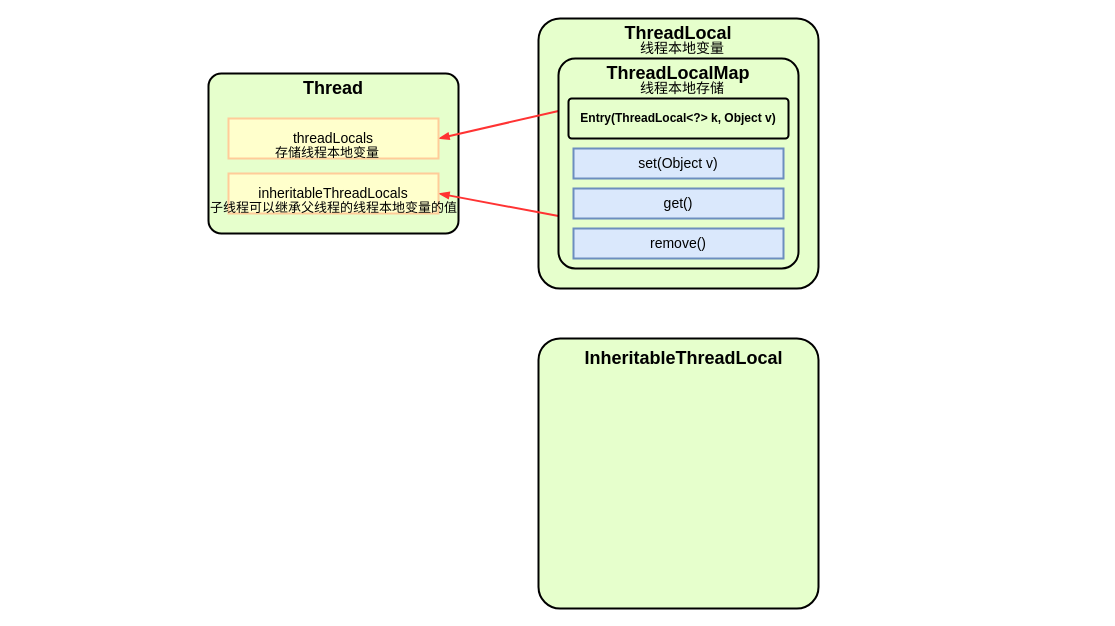
Before: page "ThreadLocalMap" (4 of 5) of draw_workspace/Thread.drawio in creatern/NoteBook, a draw.io diagram. Source tidied: cells renumbered, new cells numbered last; positions are measured from the earlier drawing's top-left corner, leaving out a move shared by most shapes. Both pictures are drawn from the tidied source at 100%, with x=0, y=0 at pixel (208, 18).
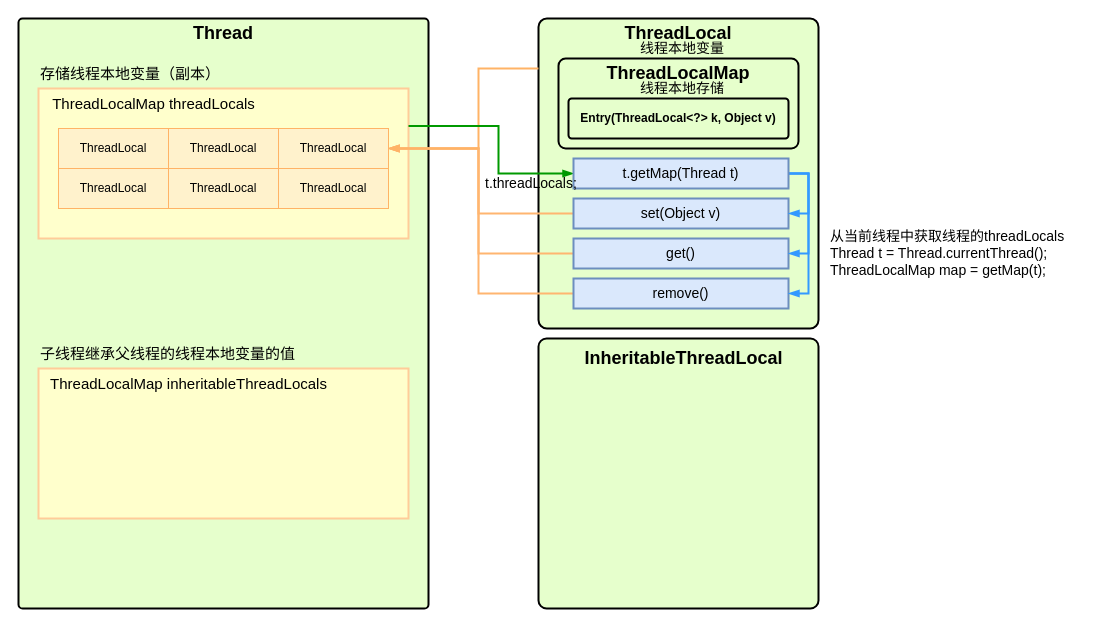
After the change.

Commit message (it also covers changes not shown here):
view-threadlocals

What changed in the source:
```diff
@@
-    <mxCell id="2" style="rounded=1;whiteSpace=wrap;html=1;strokeWidth=2;arcSize=8;fillColor=#E6FFCC;" parent="1" vertex="1">
-      <mxGeometry y="55" width="250" height="160" as="geometry" />
+    <mxCell id="2" style="rounded=1;whiteSpace=wrap;html=1;strokeWidth=2;arcSize=1;fillColor=#E6FFCC;" parent="1" vertex="1">
+      <mxGeometry x="-190" width="410" height="590" as="geometry" />
     </mxCell>
     <mxCell id="3" value="&lt;b style=&quot;font-size: 18px;&quot;&gt;&lt;font style=&quot;font-size: 18px;&quot;&gt;Thread&lt;/font&gt;&lt;/b&gt;" style="text;html=1;strokeColor=none;fillColor=none;align=center;verticalAlign=middle;whiteSpace=wrap;rounded=0;fontSize=18;" parent="1" vertex="1">
-      <mxGeometry x="95" y="55" width="60" height="30" as="geometry" />
+      <mxGeometry x="-15" width="60" height="30" as="geometry" />
     </mxCell>
-    <mxCell id="4" style="rounded=1;whiteSpace=wrap;html=1;strokeWidth=2;arcSize=8;fillColor=#E6FFCC;" parent="1" vertex="1">
-      <mxGeometry x="330" width="280" height="270" as="geometry" />
+    <mxCell id="4" style="rounded=1;whiteSpace=wrap;html=1;strokeWidth=2;arcSize=3;fillColor=#E6FFCC;" parent="1" vertex="1">
+      <mxGeometry x="330" width="280" height="310" as="geometry" />
     </mxCell>
@@
-    <mxCell id="6" style="rounded=0;jettySize=auto;html=1;exitX=0;exitY=0.25;exitDx=0;exitDy=0;entryX=1;entryY=0.5;entryDx=0;entryDy=0;strokeWidth=2;endArrow=blockThin;endFill=1;strokeColor=#FF3333;" parent="1" edge="1" source="8" target="10">
-      <mxGeometry relative="1" as="geometry" />
-    </mxCell>
-    <mxCell id="7" style="shape=connector;rounded=0;jettySize=auto;html=1;exitX=0;exitY=0.75;exitDx=0;exitDy=0;entryX=1;entryY=0.5;entryDx=0;entryDy=0;labelBackgroundColor=default;strokeColor=#FF3333;strokeWidth=2;fontFamily=Helvetica;fontSize=11;fontColor=default;endArrow=blockThin;endFill=1;" parent="1" edge="1" source="8" target="11">
-      <mxGeometry relative="1" as="geometry" />
-    </mxCell>
     <mxCell id="8" style="rounded=1;whiteSpace=wrap;html=1;strokeWidth=2;arcSize=8;fillColor=#E6FFCC;" parent="1" vertex="1">
-      <mxGeometry x="350" y="40" width="240" height="210" as="geometry" />
+      <mxGeometry x="350" y="40" width="240" height="90" as="geometry" />
     </mxCell>
@@
-    <mxCell id="10" value="threadLocals" style="rounded=0;whiteSpace=wrap;html=1;fillColor=#FFFFCC;strokeColor=#FFCC99;strokeWidth=2;fontSize=14;" parent="1" vertex="1">
-      <mxGeometry x="20" y="100" width="210" height="40" as="geometry" />
+    <mxCell id="10" style="rounded=0;whiteSpace=wrap;html=1;fillColor=#FFFFCC;strokeColor=#FFCC99;strokeWidth=2;fontSize=14;" parent="1" vertex="1">
+      <mxGeometry x="-170" y="70" width="370" height="150" as="geometry" />
     </mxCell>
-    <mxCell id="11" value="inheritableThreadLocals" style="rounded=0;whiteSpace=wrap;html=1;fillColor=#FFFFCC;strokeColor=#FFCC99;strokeWidth=2;fontSize=14;" parent="1" vertex="1">
-      <mxGeometry x="20" y="155" width="210" height="40" as="geometry" />
-    </mxCell>
@@
-    <mxCell id="15" value="子线程可以继承父线程的线程本地变量的值" style="text;whiteSpace=wrap;fontSize=13;fontFamily=Helvetica;fontColor=default;" parent="1" vertex="1">
-      <mxGeometry y="175" width="250" height="30" as="geometry" />
-    </mxCell>
-    <mxCell id="16" value="存储线程本地变量" style="text;whiteSpace=wrap;fontSize=13;fontFamily=Helvetica;fontColor=default;" parent="1" vertex="1">
-      <mxGeometry x="65" y="120" width="120" height="30" as="geometry" />
+    <mxCell id="16" value="存储线程本地变量（副本）" style="text;whiteSpace=wrap;fontSize=15;fontFamily=Helvetica;fontColor=default;" parent="1" vertex="1">
+      <mxGeometry x="-170" y="40" width="190" height="30" as="geometry" />
     </mxCell>
+    <mxCell id="22" style="edgeStyle=orthogonalEdgeStyle;shape=connector;rounded=0;jettySize=auto;html=1;exitX=0;exitY=0.5;exitDx=0;exitDy=0;entryX=1;entryY=0.5;entryDx=0;entryDy=0;labelBackgroundColor=default;strokeColor=#FFB570;strokeWidth=2;fontFamily=Helvetica;fontSize=11;fontColor=default;endArrow=blockThin;endFill=1;" parent="1" edge="1" source="17" target="31">
+      <mxGeometry relative="1" as="geometry">
+        <Array as="points">
+          <mxPoint x="270" y="195" />
+          <mxPoint x="270" y="130" />
+        </Array>
+      </mxGeometry>
+    </mxCell>
     <mxCell id="17" value="set(Object v)" style="rounded=0;whiteSpace=wrap;html=1;fillColor=#dae8fc;strokeColor=#6c8ebf;strokeWidth=2;fontSize=14;" parent="1" vertex="1">
-      <mxGeometry x="365" y="130" width="210" height="30" as="geometry" />
+      <mxGeometry x="365" y="180" width="215" height="30" as="geometry" />
     </mxCell>
+    <mxCell id="23" style="edgeStyle=orthogonalEdgeStyle;shape=connector;rounded=0;jettySize=auto;html=1;exitX=0;exitY=0.5;exitDx=0;exitDy=0;entryX=1;entryY=0.5;entryDx=0;entryDy=0;labelBackgroundColor=default;strokeColor=#FFB570;strokeWidth=2;fontFamily=Helvetica;fontSize=11;fontColor=default;endArrow=blockThin;endFill=1;" parent="1" edge="1" source="18" target="31">
+      <mxGeometry relative="1" as="geometry">
+        <Array as="points">
+          <mxPoint x="270" y="235" />
+          <mxPoint x="270" y="130" />
+        </Array>
+      </mxGeometry>
+    </mxCell>
     <mxCell id="18" value="get()" style="rounded=0;whiteSpace=wrap;html=1;fillColor=#dae8fc;strokeColor=#6c8ebf;strokeWidth=2;fontSize=14;" parent="1" vertex="1">
-      <mxGeometry x="365" y="170" width="210" height="30" as="geometry" />
+      <mxGeometry x="365" y="220" width="215" height="30" as="geometry" />
     </mxCell>
+    <mxCell id="24" style="edgeStyle=orthogonalEdgeStyle;shape=connector;rounded=0;jettySize=auto;html=1;exitX=0;exitY=0.5;exitDx=0;exitDy=0;entryX=1;entryY=0.5;entryDx=0;entryDy=0;labelBackgroundColor=default;strokeColor=#FFB570;strokeWidth=2;fontFamily=Helvetica;fontSize=11;fontColor=default;endArrow=blockThin;endFill=1;" parent="1" edge="1" source="19" target="31">
+      <mxGeometry relative="1" as="geometry">
+        <Array as="points">
+          <mxPoint x="270" y="275" />
+          <mxPoint x="270" y="130" />
+        </Array>
+      </mxGeometry>
+    </mxCell>
     <mxCell id="19" value="remove()" style="rounded=0;whiteSpace=wrap;html=1;fillColor=#dae8fc;strokeColor=#6c8ebf;strokeWidth=2;fontSize=14;" parent="1" vertex="1">
-      <mxGeometry x="365" y="210" width="210" height="30" as="geometry" />
+      <mxGeometry x="365" y="260" width="215" height="30" as="geometry" />
     </mxCell>
-    <mxCell id="20" style="rounded=1;whiteSpace=wrap;html=1;strokeWidth=2;arcSize=8;fillColor=#E6FFCC;" parent="1" vertex="1">
+    <mxCell id="20" style="rounded=1;whiteSpace=wrap;html=1;strokeWidth=2;arcSize=3;fillColor=#E6FFCC;" parent="1" vertex="1">
       <mxGeometry x="330" y="320" width="280" height="270" as="geometry" />
     </mxCell>
@@
+    <mxCell id="25" value="ThreadLocalMap threadLocals" style="text;html=1;align=center;verticalAlign=middle;strokeColor=none;fillColor=none;fontSize=15;" parent="1" vertex="1">
+      <mxGeometry x="-170" y="70" width="230" height="30" as="geometry" />
+    </mxCell>
+    <mxCell id="26" style="rounded=0;whiteSpace=wrap;html=1;fillColor=#FFFFCC;strokeColor=#FFCC99;strokeWidth=2;fontSize=14;" parent="1" vertex="1">
+      <mxGeometry x="-170" y="350" width="370" height="150" as="geometry" />
+    </mxCell>
+    <mxCell id="27" value="ThreadLocalMap inheritableThreadLocals" style="text;html=1;align=center;verticalAlign=middle;strokeColor=none;fillColor=none;fontSize=15;" parent="1" vertex="1">
+      <mxGeometry x="-170" y="350" width="300" height="30" as="geometry" />
+    </mxCell>
+    <mxCell id="15" value="子线程继承父线程的线程本地变量的值" style="text;whiteSpace=wrap;fontSize=15;fontFamily=Helvetica;fontColor=default;" parent="1" vertex="1">
+      <mxGeometry x="-170" y="320" width="260" height="30" as="geometry" />
+    </mxCell>
+    <mxCell id="28" value="ThreadLocal" style="rounded=0;whiteSpace=wrap;html=1;fillColor=#FFF2CC;strokeColor=#FFB366;" parent="1" vertex="1">
+      <mxGeometry x="-150" y="110" width="110" height="40" as="geometry" />
+    </mxCell>
+    <mxCell id="29" value="ThreadLocal" style="rounded=0;whiteSpace=wrap;html=1;fillColor=#FFF2CC;strokeColor=#FFB366;" parent="1" vertex="1">
+      <mxGeometry x="-40" y="110" width="110" height="40" as="geometry" />
+    </mxCell>
+    <mxCell id="30" style="edgeStyle=orthogonalEdgeStyle;shape=connector;rounded=0;jettySize=auto;html=1;exitX=1;exitY=0.5;exitDx=0;exitDy=0;labelBackgroundColor=default;strokeColor=#FFB366;strokeWidth=2;fontFamily=Helvetica;fontSize=11;fontColor=default;endArrow=none;endFill=0;startArrow=blockThin;startFill=1;" parent="1" edge="1" source="31">
+      <mxGeometry relative="1" as="geometry">
+        <mxPoint x="330" y="50" as="targetPoint" />
+        <Array as="points">
+          <mxPoint x="270" y="130" />
+          <mxPoint x="270" y="50" />
+        </Array>
+      </mxGeometry>
+    </mxCell>
+    <mxCell id="31" value="ThreadLocal" style="rounded=0;whiteSpace=wrap;html=1;fillColor=#FFF2CC;strokeColor=#FFB366;" parent="1" vertex="1">
+      <mxGeometry x="70" y="110" width="110" height="40" as="geometry" />
+    </mxCell>
+    <mxCell id="32" value="ThreadLocal" style="rounded=0;whiteSpace=wrap;html=1;fillColor=#FFF2CC;strokeColor=#FFB366;" parent="1" vertex="1">
+      <mxGeometry x="-150" y="150" width="110" height="40" as="geometry" />
+    </mxCell>
+    <mxCell id="33" value="ThreadLocal" style="rounded=0;whiteSpace=wrap;html=1;fillColor=#FFF2CC;strokeColor=#FFB366;" parent="1" vertex="1">
+      <mxGeometry x="-40" y="150" width="110" height="40" as="geometry" />
+    </mxCell>
+    <mxCell id="34" value="ThreadLocal" style="rounded=0;whiteSpace=wrap;html=1;fillColor=#FFF2CC;strokeColor=#FFB366;" parent="1" vertex="1">
+      <mxGeometry x="70" y="150" width="110" height="40" as="geometry" />
+    </mxCell>
+    <mxCell id="35" style="edgeStyle=orthogonalEdgeStyle;rounded=0;jettySize=auto;html=1;exitX=0;exitY=0.5;exitDx=0;exitDy=0;entryX=1;entryY=0.25;entryDx=0;entryDy=0;strokeWidth=2;endArrow=none;endFill=0;strokeColor=#009900;startArrow=blockThin;startFill=1;" parent="1" edge="1" source="39" target="10">
+      <mxGeometry relative="1" as="geometry">
+        <Array as="points">
+          <mxPoint x="290" y="155" />
+          <mxPoint x="290" y="108" />
+        </Array>
+      </mxGeometry>
+    </mxCell>
+    <mxCell id="36" style="edgeStyle=orthogonalEdgeStyle;shape=connector;rounded=0;jettySize=auto;html=1;exitX=1;exitY=0.5;exitDx=0;exitDy=0;entryX=1;entryY=0.5;entryDx=0;entryDy=0;labelBackgroundColor=default;strokeColor=#3399FF;strokeWidth=2;fontFamily=Helvetica;fontSize=11;fontColor=default;endArrow=blockThin;endFill=1;" parent="1" edge="1" source="39" target="17">
+      <mxGeometry relative="1" as="geometry" />
+    </mxCell>
+    <mxCell id="37" style="edgeStyle=orthogonalEdgeStyle;shape=connector;rounded=0;jettySize=auto;html=1;exitX=1;exitY=0.5;exitDx=0;exitDy=0;entryX=1;entryY=0.5;entryDx=0;entryDy=0;labelBackgroundColor=default;strokeColor=#3399FF;strokeWidth=2;fontFamily=Helvetica;fontSize=11;fontColor=default;endArrow=blockThin;endFill=1;" parent="1" edge="1" source="39" target="18">
+      <mxGeometry relative="1" as="geometry" />
+    </mxCell>
+    <mxCell id="38" style="edgeStyle=orthogonalEdgeStyle;shape=connector;rounded=0;jettySize=auto;html=1;exitX=1;exitY=0.5;exitDx=0;exitDy=0;entryX=1;entryY=0.5;entryDx=0;entryDy=0;labelBackgroundColor=default;strokeColor=#3399FF;strokeWidth=2;fontFamily=Helvetica;fontSize=11;fontColor=default;endArrow=blockThin;endFill=1;" parent="1" edge="1" source="39" target="19">
+      <mxGeometry relative="1" as="geometry" />
+    </mxCell>
+    <mxCell id="39" value="t.getMap(Thread t)" style="rounded=0;whiteSpace=wrap;html=1;fillColor=#dae8fc;strokeColor=#6c8ebf;strokeWidth=2;fontSize=14;" parent="1" vertex="1">
+      <mxGeometry x="365" y="140" width="215" height="30" as="geometry" />
+    </mxCell>
+    <mxCell id="40" value="从当前线程中获取线程的threadLocals&lt;br&gt;&lt;div&gt;Thread t = Thread.currentThread();&lt;/div&gt;&lt;div&gt;ThreadLocalMap map = getMap(t);&lt;/div&gt;" style="text;html=1;strokeColor=none;fillColor=none;align=left;verticalAlign=middle;whiteSpace=wrap;rounded=0;fontSize=14;" parent="1" vertex="1">
+      <mxGeometry x="620" y="200" width="270" height="70" as="geometry" />
+    </mxCell>
+    <mxCell id="41" value="t.threadLocals;" style="text;whiteSpace=wrap;fontSize=14;" parent="1" vertex="1">
+      <mxGeometry x="275" y="150" width="100" height="30" as="geometry" />
+    </mxCell>
```
